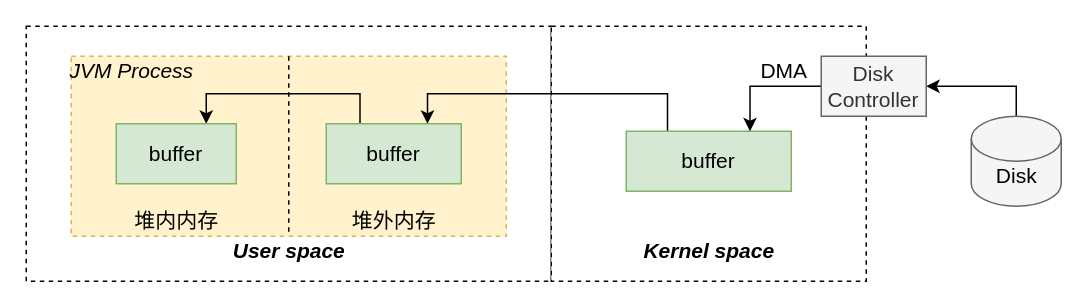
This is Java IO Buffer.drawio from watermoonlx/drawio, a draw.io file, before an edit. Source tidied: cells renumbered, new cells numbered last; positions are measured from the earlier drawing's top-left corner, leaving out a move shared by most shapes. Both pictures are drawn from the tidied source at 150%, with x=0, y=0 at pixel (26, 26).
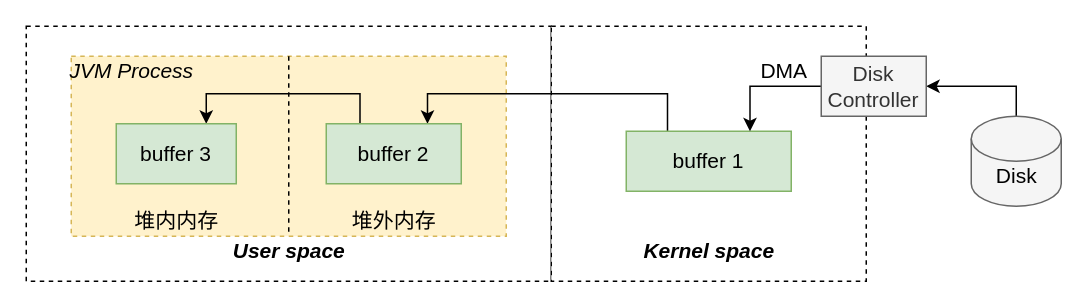
The same diagram, later.

Diff of the diagram source:
```diff
@@
-    <mxCell id="6" value="buffer" style="rounded=0;whiteSpace=wrap;html=1;fontSize=14;fillColor=#d5e8d4;strokeColor=#82b366;" parent="1" vertex="1">
+    <mxCell id="6" value="buffer 1" style="rounded=0;whiteSpace=wrap;html=1;fontSize=14;fillColor=#d5e8d4;strokeColor=#82b366;" parent="1" vertex="1">
       <mxGeometry x="400" y="70" width="110" height="40" as="geometry" />
     </mxCell>
@@
-    <mxCell id="14" value="buffer" style="rounded=0;whiteSpace=wrap;html=1;fontSize=14;fillColor=#d5e8d4;strokeColor=#82b366;" parent="1" vertex="1">
+    <mxCell id="14" value="buffer 2" style="rounded=0;whiteSpace=wrap;html=1;fontSize=14;fillColor=#d5e8d4;strokeColor=#82b366;" parent="1" vertex="1">
       <mxGeometry x="200" y="65" width="90" height="40" as="geometry" />
     </mxCell>
@@
-    <mxCell id="18" value="buffer" style="rounded=0;whiteSpace=wrap;html=1;fontSize=14;fillColor=#d5e8d4;strokeColor=#82b366;" parent="1" vertex="1">
+    <mxCell id="18" value="buffer 3" style="rounded=0;whiteSpace=wrap;html=1;fontSize=14;fillColor=#d5e8d4;strokeColor=#82b366;" parent="1" vertex="1">
       <mxGeometry x="60" y="65" width="80" height="40" as="geometry" />
     </mxCell>
```
